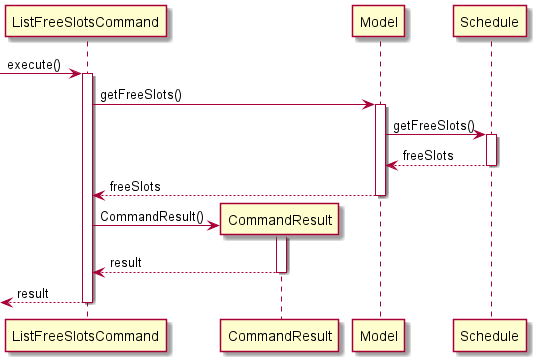
Earlier version of the PlantUML export docs/images/ListFreeSlotsCommand.png (ruthpohrp/tp).
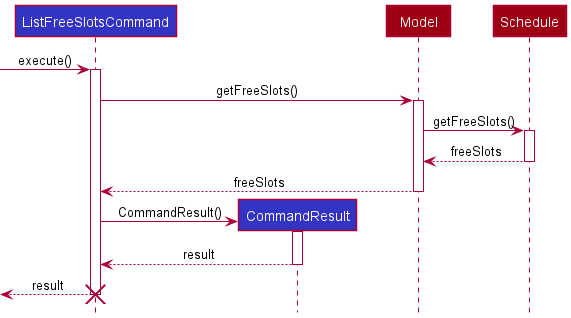
The same diagram one commit later.

Diff of the diagram source:
```diff
@@ -1,8 +1,9 @@
 @startuml
-participant ListFreeSlotsCommand
-participant CommandResult
-participant Model
-participant Schedule
+!include style.puml
+participant "ListFreeSlotsCommand" as ListFreeSlotsCommand LOGIC_COLOR
+participant "CommandResult" as CommandResult LOGIC_COLOR
+participant "Model" as Model MODEL_COLOR
+participant "Schedule" as Schedule MODEL_COLOR
 -> ListFreeSlotsCommand:execute()
 activate ListFreeSlotsCommand
 ListFreeSlotsCommand -> Model:getFreeSlots()
@@ -16,4 +17,5 @@
 activate CommandResult
 return result
 return result
+destroy ListFreeSlotsCommand
 @enduml
```
